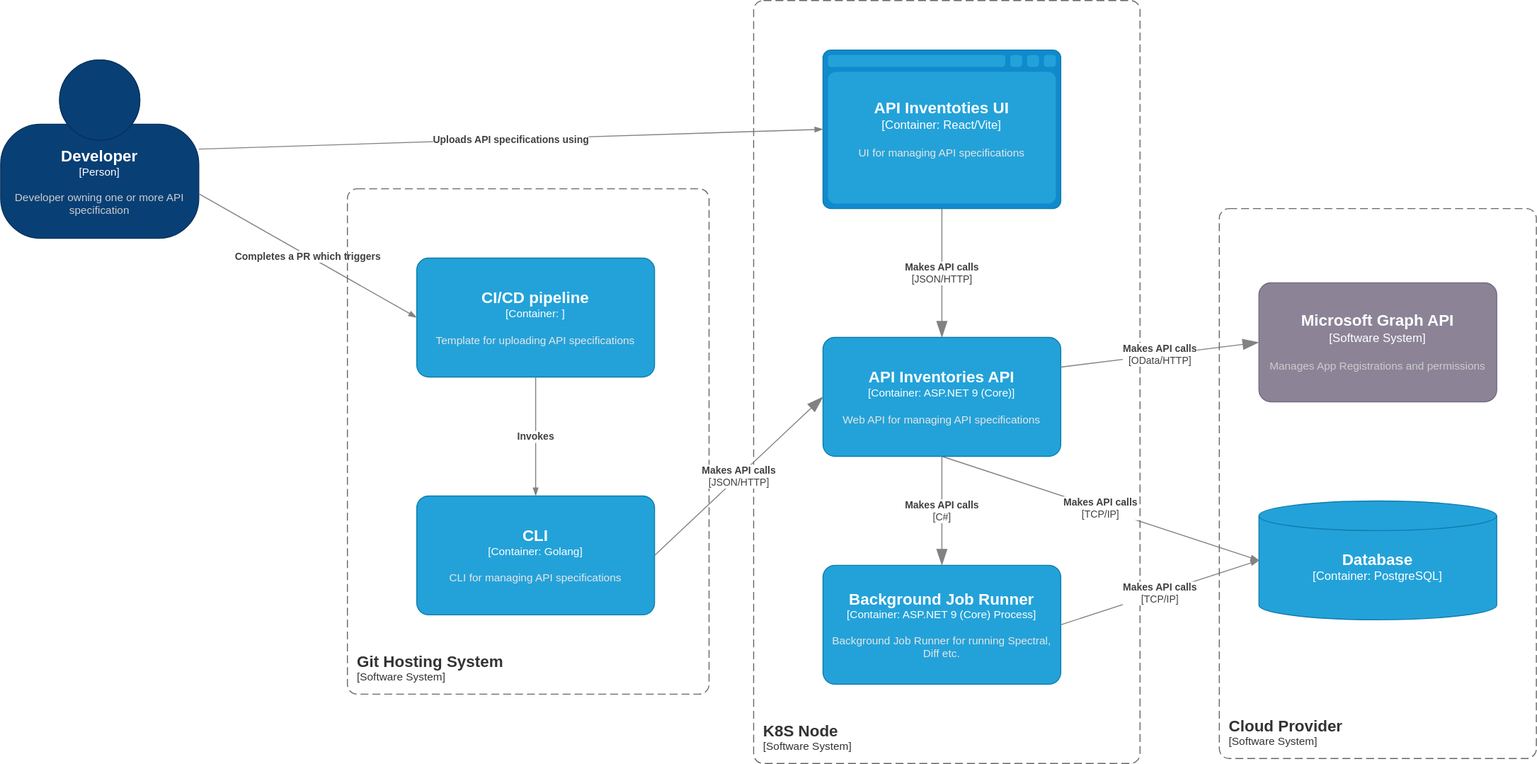
The draw.io diagram api-inventories.drawio.svg in tsvetelintsonev/diagrams, before a commit. Source tidied: cells renumbered, new cells last; positions are measured from the earlier drawing's top-left corner, leaving out a move shared by most shapes.
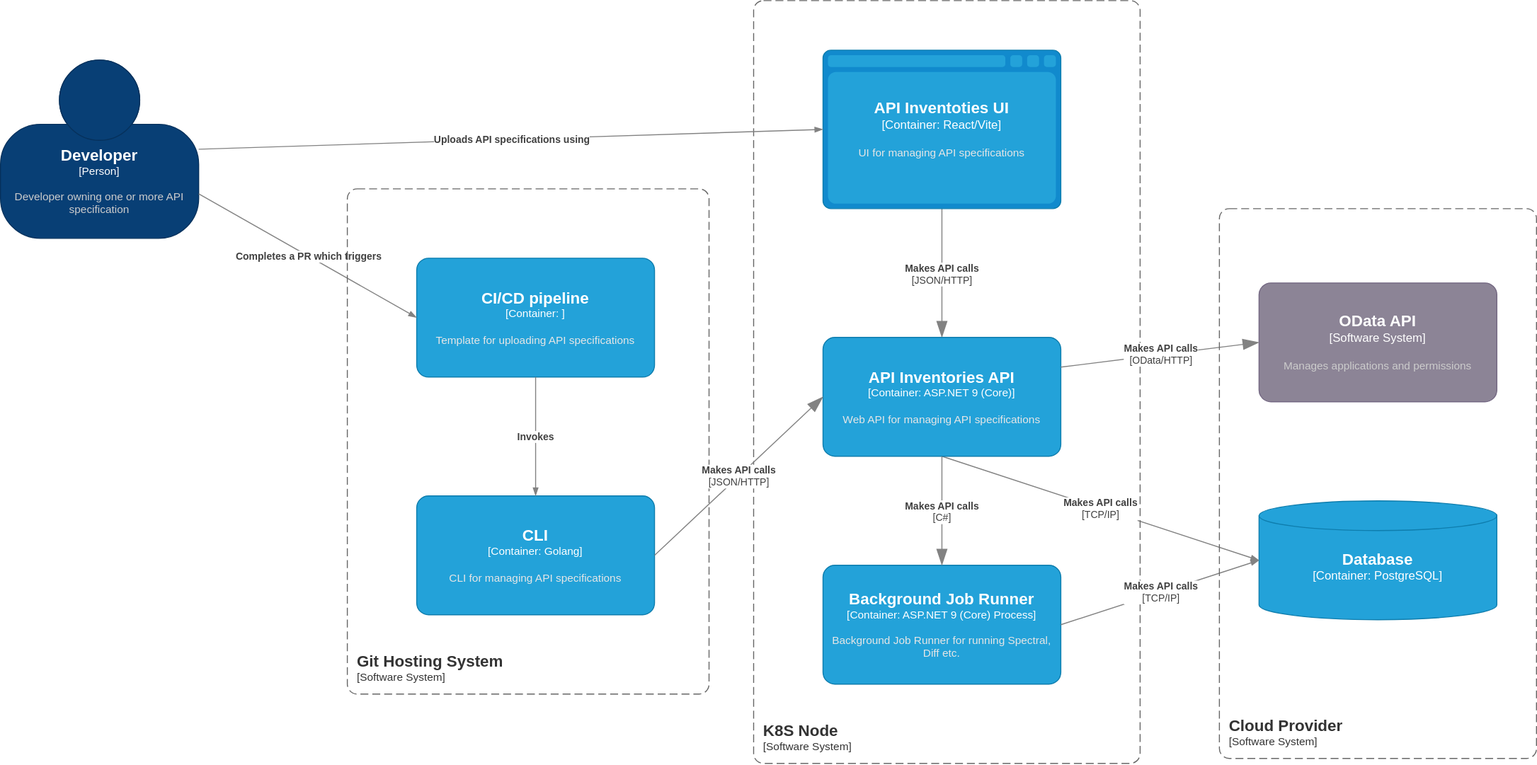
Above is the later version.

Diff of the diagram source:
```diff
@@ -52,7 +52,7 @@
         <mxGeometry x="830" y="570" width="240" height="120" as="geometry" />
       </mxCell>
     </object>
-    <object id="12" label="&lt;font style=&quot;font-size: 16px&quot;&gt;&lt;b&gt;%c4Name%&lt;/b&gt;&lt;/font&gt;&lt;div&gt;[%c4Type%]&lt;/div&gt;&lt;br&gt;&lt;div&gt;&lt;font style=&quot;font-size: 11px&quot;&gt;&lt;font color=&quot;#cccccc&quot;&gt;%c4Description%&lt;/font&gt;&lt;/div&gt;" c4Description="Manages App Registrations and permissions" c4Name="Microsoft Graph API" c4Type="Software System" placeholders="1">
+    <object id="12" label="&lt;font style=&quot;font-size: 16px&quot;&gt;&lt;b&gt;%c4Name%&lt;/b&gt;&lt;/font&gt;&lt;div&gt;[%c4Type%]&lt;/div&gt;&lt;br&gt;&lt;div&gt;&lt;font style=&quot;font-size: 11px&quot;&gt;&lt;font color=&quot;#cccccc&quot;&gt;%c4Description%&lt;/font&gt;&lt;/div&gt;" c4Description="Manages applications and permissions" c4Name="OData API" c4Type="Software System" placeholders="1">
       <mxCell style="rounded=1;whiteSpace=wrap;html=1;labelBackgroundColor=none;fillColor=#8C8496;fontColor=#ffffff;align=center;arcSize=10;strokeColor=#736782;points=[[0.25,0,0],[0.5,0,0],[0.75,0,0],[1,0.25,0],[1,0.5,0],[1,0.75,0],[0.75,1,0],[0.5,1,0],[0.25,1,0],[0,0.75,0],[0,0.5,0],[0,0.25,0]];" parent="1" vertex="1">
         <mxGeometry x="1270" y="285" width="240" height="120" as="geometry" />
       </mxCell>
```
